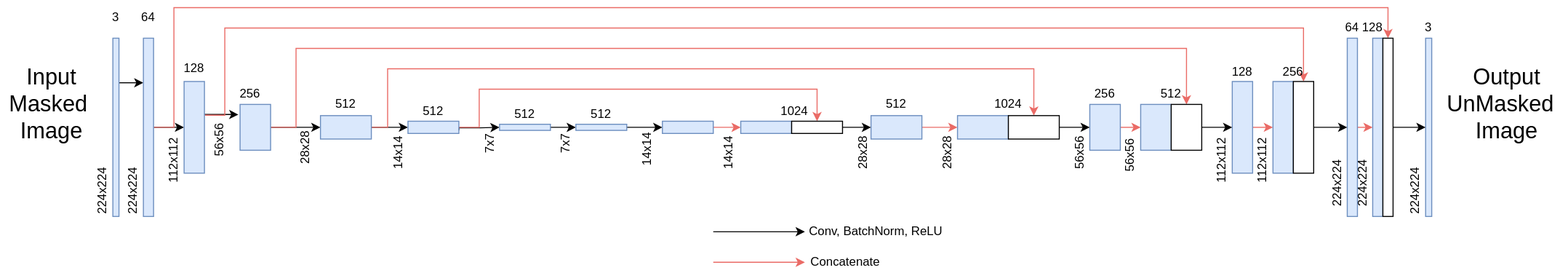
This is unmasker.svg from dl-bl4ck/unmasker, a draw.io export, as it was before one commit. Source tidied: cells renumbered, new cells last; positions are measured from the earlier drawing's top-left corner, leaving out a move shared by most shapes.
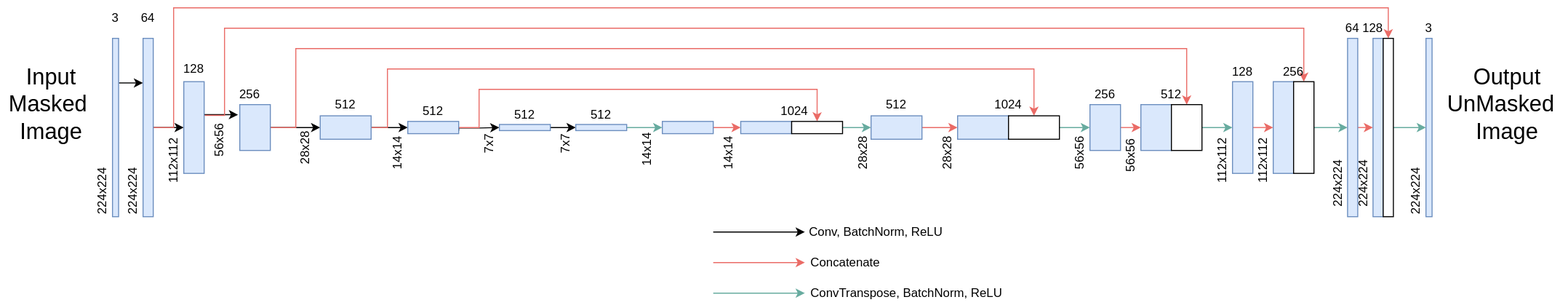
Above is the later version.

Diff of the diagram source:
```diff
@@ -143,7 +143,7 @@
     <mxCell id="35" value="512" style="text;html=1;strokeColor=none;fillColor=none;align=center;verticalAlign=middle;whiteSpace=wrap;rounded=0;" parent="1" vertex="1">
       <mxGeometry x="495" y="95" width="40" height="20" as="geometry" />
     </mxCell>
-    <mxCell id="36" style="edgeStyle=orthogonalEdgeStyle;rounded=0;jettySize=auto;html=1;fillColor=#4280FC;gradientColor=none;entryX=0;entryY=0.5;entryDx=0;entryDy=0;" parent="1" edge="1" source="37" target="41">
+    <mxCell id="36" style="edgeStyle=orthogonalEdgeStyle;rounded=0;jettySize=auto;html=1;fillColor=#4280FC;gradientColor=none;entryX=0;entryY=0.5;entryDx=0;entryDy=0;strokeColor=#67AB9F;" parent="1" edge="1" source="37" target="41">
       <mxGeometry relative="1" as="geometry" />
     </mxCell>
     <mxCell id="37" style="rounded=0;whiteSpace=wrap;html=1;fillColor=#dae8fc;strokeColor=#6c8ebf;" parent="1" vertex="1">
@@ -230,7 +230,7 @@
     <mxCell id="64" style="rounded=0;whiteSpace=wrap;html=1;fillColor=#dae8fc;strokeColor=#6c8ebf;" parent="1" vertex="1">
       <mxGeometry x="727" y="111.5" width="50" height="12" as="geometry" />
     </mxCell>
-    <mxCell id="65" style="edgeStyle=orthogonalEdgeStyle;rounded=0;jettySize=auto;html=1;entryX=0;entryY=0.5;entryDx=0;entryDy=0;fillColor=#4280FC;gradientColor=none;" parent="1" edge="1" source="66" target="45">
+    <mxCell id="65" style="edgeStyle=orthogonalEdgeStyle;rounded=0;jettySize=auto;html=1;entryX=0;entryY=0.5;entryDx=0;entryDy=0;fillColor=#4280FC;gradientColor=none;strokeColor=#67AB9F;" parent="1" edge="1" source="66" target="45">
       <mxGeometry relative="1" as="geometry" />
     </mxCell>
     <mxCell id="66" style="rounded=0;whiteSpace=wrap;html=1;" parent="1" vertex="1">
@@ -242,7 +242,7 @@
     <mxCell id="68" style="rounded=0;whiteSpace=wrap;html=1;fillColor=#dae8fc;strokeColor=#6c8ebf;" parent="1" vertex="1">
       <mxGeometry x="940" y="106" width="50" height="23" as="geometry" />
     </mxCell>
-    <mxCell id="69" style="edgeStyle=orthogonalEdgeStyle;rounded=0;jettySize=auto;html=1;exitX=1;exitY=0.5;exitDx=0;exitDy=0;entryX=0;entryY=0.5;entryDx=0;entryDy=0;fillColor=#4280FC;gradientColor=none;" parent="1" edge="1" source="70" target="49">
+    <mxCell id="69" style="edgeStyle=orthogonalEdgeStyle;rounded=0;jettySize=auto;html=1;exitX=1;exitY=0.5;exitDx=0;exitDy=0;entryX=0;entryY=0.5;entryDx=0;entryDy=0;fillColor=#4280FC;gradientColor=none;strokeColor=#67AB9F;" parent="1" edge="1" source="70" target="49">
       <mxGeometry relative="1" as="geometry" />
     </mxCell>
     <mxCell id="70" style="rounded=0;whiteSpace=wrap;html=1;" parent="1" vertex="1">
@@ -257,7 +257,7 @@
     <mxCell id="73" style="rounded=0;whiteSpace=wrap;html=1;fillColor=#dae8fc;strokeColor=#6c8ebf;" parent="1" vertex="1">
       <mxGeometry x="1120" y="95" width="30" height="45" as="geometry" />
     </mxCell>
-    <mxCell id="74" style="edgeStyle=orthogonalEdgeStyle;rounded=0;jettySize=auto;html=1;exitX=1;exitY=0.5;exitDx=0;exitDy=0;entryX=0;entryY=0.5;entryDx=0;entryDy=0;fillColor=#4280FC;gradientColor=none;" parent="1" edge="1" source="75" target="53">
+    <mxCell id="74" style="edgeStyle=orthogonalEdgeStyle;rounded=0;jettySize=auto;html=1;exitX=1;exitY=0.5;exitDx=0;exitDy=0;entryX=0;entryY=0.5;entryDx=0;entryDy=0;fillColor=#4280FC;gradientColor=none;strokeColor=#67AB9F;" parent="1" edge="1" source="75" target="53">
       <mxGeometry relative="1" as="geometry" />
     </mxCell>
     <mxCell id="75" style="rounded=0;whiteSpace=wrap;html=1;" parent="1" vertex="1">
@@ -272,7 +272,7 @@
     <mxCell id="78" style="rounded=0;whiteSpace=wrap;html=1;fillColor=#dae8fc;strokeColor=#6c8ebf;" parent="1" vertex="1">
       <mxGeometry x="1250" y="72.5" width="20" height="90" as="geometry" />
     </mxCell>
-    <mxCell id="79" style="edgeStyle=orthogonalEdgeStyle;rounded=0;jettySize=auto;html=1;exitX=1;exitY=0.5;exitDx=0;exitDy=0;entryX=0;entryY=0.5;entryDx=0;entryDy=0;fillColor=#4280FC;gradientColor=none;" parent="1" edge="1" source="80" target="57">
+    <mxCell id="79" style="edgeStyle=orthogonalEdgeStyle;rounded=0;jettySize=auto;html=1;exitX=1;exitY=0.5;exitDx=0;exitDy=0;entryX=0;entryY=0.5;entryDx=0;entryDy=0;fillColor=#4280FC;gradientColor=none;strokeColor=#67AB9F;" parent="1" edge="1" source="80" target="57">
       <mxGeometry relative="1" as="geometry" />
     </mxCell>
     <mxCell id="80" style="rounded=0;whiteSpace=wrap;html=1;" parent="1" vertex="1">
@@ -287,7 +287,7 @@
     <mxCell id="83" style="rounded=0;whiteSpace=wrap;html=1;fillColor=#dae8fc;strokeColor=#6c8ebf;" parent="1" vertex="1">
       <mxGeometry x="1348" y="30" width="10" height="175" as="geometry" />
     </mxCell>
-    <mxCell id="84" style="edgeStyle=orthogonalEdgeStyle;rounded=0;jettySize=auto;html=1;exitX=1;exitY=0.5;exitDx=0;exitDy=0;entryX=0;entryY=0.5;entryDx=0;entryDy=0;fillColor=#4280FC;gradientColor=none;" parent="1" edge="1" source="85" target="60">
+    <mxCell id="84" style="edgeStyle=orthogonalEdgeStyle;rounded=0;jettySize=auto;html=1;exitX=1;exitY=0.5;exitDx=0;exitDy=0;entryX=0;entryY=0.5;entryDx=0;entryDy=0;fillColor=#4280FC;gradientColor=none;strokeColor=#67AB9F;" parent="1" edge="1" source="85" target="60">
       <mxGeometry relative="1" as="geometry" />
     </mxCell>
     <mxCell id="85" style="rounded=0;whiteSpace=wrap;html=1;" parent="1" vertex="1">
@@ -317,5 +317,14 @@
     <mxCell id="91" value="Concatenate" style="text;html=1;strokeColor=none;fillColor=none;align=center;verticalAlign=middle;whiteSpace=wrap;rounded=0;" parent="1" vertex="1">
       <mxGeometry x="760" y="240" width="140" height="20" as="geometry" />
     </mxCell>
+    <mxCell id="92" style="endArrow=classic;html=1;fillColor=#4280FC;gradientColor=none;strokeColor=#67AB9F;" parent="1" edge="1">
+      <mxGeometry relative="1" as="geometry">
+        <mxPoint x="700" y="280" as="sourcePoint" />
+        <mxPoint x="790" y="280" as="targetPoint" />
+      </mxGeometry>
+    </mxCell>
+    <mxCell id="93" value="ConvTranspose, BatchNorm, ReLU" style="text;html=1;strokeColor=none;fillColor=none;align=center;verticalAlign=middle;whiteSpace=wrap;rounded=0;" parent="1" vertex="1">
+      <mxGeometry x="790" y="270" width="200" height="20" as="geometry" />
+    </mxCell>
   </root>
 </mxGraphModel>
```
